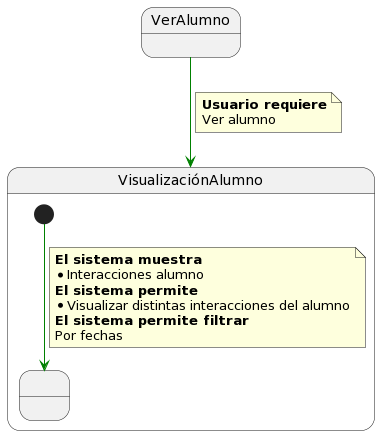
mmasias/IdSw1-22-23 keeps this PlantUML diagram as 000-entregas/Grupo1/DetalleCasosDeUso/images/VerAlumno.png. Above is the earlier version. The source it was exported from:
```plantuml
@startuml
State VerAlumno


State VisualizaciónAlumno{

  State state1 as " "

  [*] -[#green]-> state1

  note on link
    <b>El sistema muestra
    * Interacciones alumno
    <b>El sistema permite
    * Visualizar distintas interacciones del alumno
    <b>El sistema permite filtrar
    Por fechas
  end note


}

VerAlumno-[#green]-> VisualizaciónAlumno

note on link
 <b>Usuario requiere
 Ver alumno
end note
@enduml
```
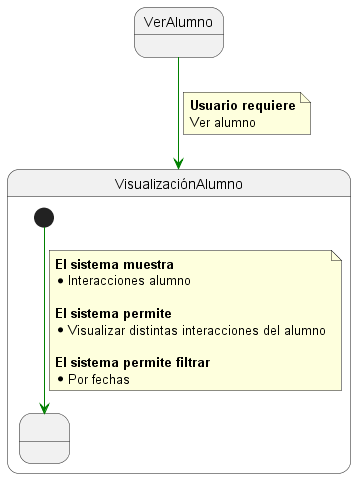
The same diagram one commit later.

Diff of the diagram source:
```diff
@@ -1,4 +1,5 @@
-@startuml
+@startuml VerAlumno
+
 State VerAlumno
 
 
@@ -11,10 +12,12 @@
   note on link
     <b>El sistema muestra
     * Interacciones alumno
+
     <b>El sistema permite
     * Visualizar distintas interacciones del alumno
+
     <b>El sistema permite filtrar
-    Por fechas
+    * Por fechas
   end note
 
 
@@ -26,4 +29,7 @@
  <b>Usuario requiere
  Ver alumno
 end note
+
+
+
 @enduml
```
